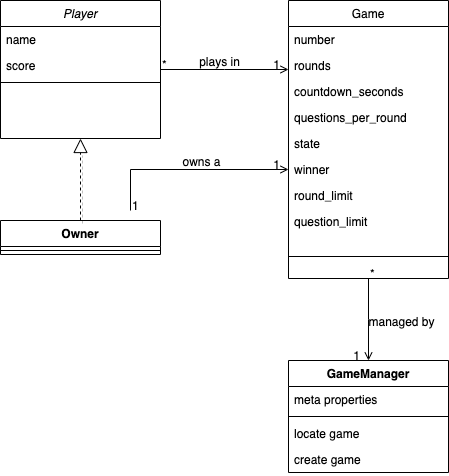
This is docs/coronivia.png from coolcoastcat/coronivia, a draw.io export, as it was before one commit. Source tidied: cells renumbered, new cells last; positions are measured from the earlier drawing's top-left corner, leaving out a move shared by most shapes.
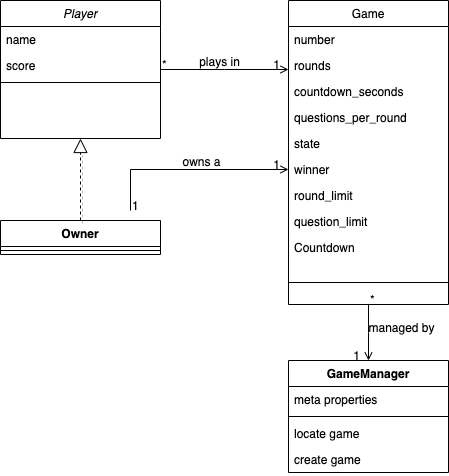
Later version of the same file.

Commit message:
Added Countdown component to Game

The edit, as a diff of the source:
```diff
@@ -15,7 +15,7 @@
       <mxGeometry y="78" width="160" height="8" as="geometry" />
     </mxCell>
     <mxCell id="6" value="Game" style="swimlane;fontStyle=0;align=center;verticalAlign=top;horizontal=1;startSize=26;rounded=0;shadow=0;strokeWidth=1;" parent="1" vertex="1">
-      <mxGeometry x="288" width="160" height="278" as="geometry" />
+      <mxGeometry x="288" width="160" height="304" as="geometry" />
     </mxCell>
     <mxCell id="7" value="number" style="text;align=left;verticalAlign=top;spacingLeft=4;spacingRight=4;overflow=hidden;" parent="6" vertex="1">
       <mxGeometry y="26" width="160" height="26" as="geometry" />
@@ -41,8 +41,11 @@
     <mxCell id="14" value="question_limit" style="text;align=left;verticalAlign=top;spacingLeft=4;spacingRight=4;overflow=hidden;rounded=0;shadow=0;html=0;" parent="6" vertex="1">
       <mxGeometry y="208" width="160" height="26" as="geometry" />
     </mxCell>
+    <mxCell id="36" value="Countdown" style="text;align=left;verticalAlign=top;spacingLeft=4;spacingRight=4;overflow=hidden;rounded=0;shadow=0;html=0;" parent="6" vertex="1">
+      <mxGeometry y="234" width="160" height="26" as="geometry" />
+    </mxCell>
     <mxCell id="15" style="line;html=1;strokeWidth=1;align=left;verticalAlign=middle;spacingTop=-1;spacingLeft=3;spacingRight=3;labelPosition=right;" parent="6" vertex="1">
-      <mxGeometry y="234" width="160" height="44" as="geometry" />
+      <mxGeometry y="260" width="160" height="44" as="geometry" />
     </mxCell>
     <mxCell id="16" style="endArrow=open;shadow=0;strokeWidth=1;strokeColor=#000000;rounded=0;endFill=1;edgeStyle=elbowEdgeStyle;elbow=vertical;" parent="1" edge="1" source="2" target="6">
       <mxGeometry x="0.5" y="41" relative="1" as="geometry">
```
